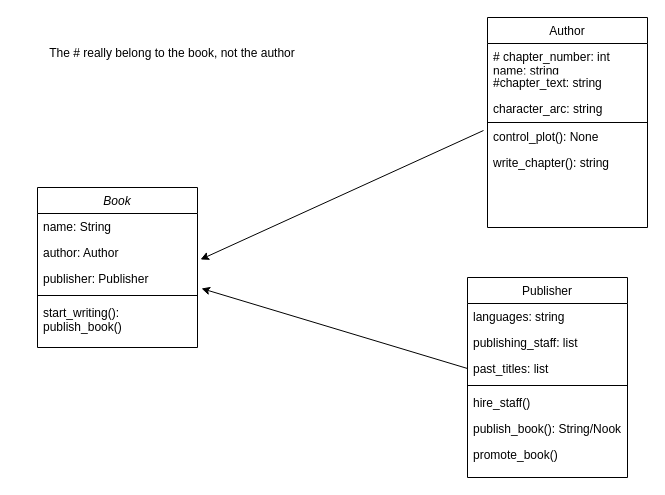
Earlier version of the draw.io diagram class_book.drawio (Michael-Python/class_initial_work). Source tidied: cells renumbered, new cells numbered last; positions are measured from the earlier drawing's top-left corner, leaving out a move shared by most shapes. Both pictures are drawn from the tidied source at 100%, with x=0, y=0 at pixel (17, 17).
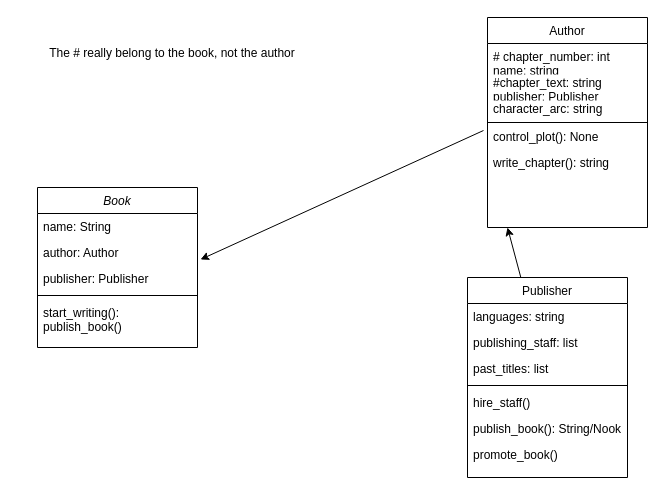
After the change.

Unchanged cells that the change refers to:
```xml
<mxCell id="2" value="Publisher" style="swimlane;fontStyle=0;align=center;verticalAlign=top;horizontal=1;startSize=26;rounded=0;shadow=0;strokeWidth=1;" parent="1" vertex="1">
  <mxGeometry x="450" y="260" width="160" height="200" as="geometry" />
</mxCell>
<mxCell id="5" value="past_titles: list" style="text;align=left;verticalAlign=top;spacingLeft=4;spacingRight=4;overflow=hidden;points=[[0,0.5],[1,0.5]];portConstraint=eastwest;rounded=0;shadow=0;html=0;" parent="2" vertex="1">
  <mxGeometry y="78" width="160" height="26" as="geometry" />
</mxCell>
<mxCell id="13" value="publisher: Publisher" style="text;align=left;verticalAlign=top;spacingLeft=4;spacingRight=4;overflow=hidden;points=[[0,0.5],[1,0.5]];portConstraint=eastwest;rounded=0;shadow=0;html=0;" parent="10" vertex="1">
  <mxGeometry y="78" width="160" height="26" as="geometry" />
</mxCell>
<mxCell id="16" value="Author" style="swimlane;fontStyle=0;align=center;verticalAlign=top;horizontal=1;startSize=26;rounded=0;shadow=0;strokeWidth=1;" parent="1" vertex="1">
  <mxGeometry x="470" width="160" height="210" as="geometry" />
</mxCell>
```

What changed in the source:
```diff
@@
-    <mxCell id="18" value="#chapter_text: string" style="text;align=left;verticalAlign=top;spacingLeft=4;spacingRight=4;overflow=hidden;rounded=0;shadow=0;html=0;" parent="16" vertex="1">
+    <mxCell id="18" value="#chapter_text: string&#10;publisher: Publisher" style="text;align=left;verticalAlign=top;spacingLeft=4;spacingRight=4;overflow=hidden;rounded=0;shadow=0;html=0;" parent="16" vertex="1">
       <mxGeometry y="52" width="160" height="26" as="geometry" />
     </mxCell>
@@
-    <mxCell id="25" style="endArrow=classic;html=1;exitX=0;exitY=0.5;exitDx=0;exitDy=0;entryX=1.025;entryY=0.885;entryDx=0;entryDy=0;entryPerimeter=0;" parent="1" edge="1" source="5" target="13">
-      <mxGeometry relative="1" as="geometry" />
+    <mxCell id="25" style="endArrow=classic;html=1;" parent="1" edge="1" source="2">
+      <mxGeometry relative="1" as="geometry">
+        <mxPoint x="490" y="210" as="targetPoint" />
+      </mxGeometry>
     </mxCell>
```
